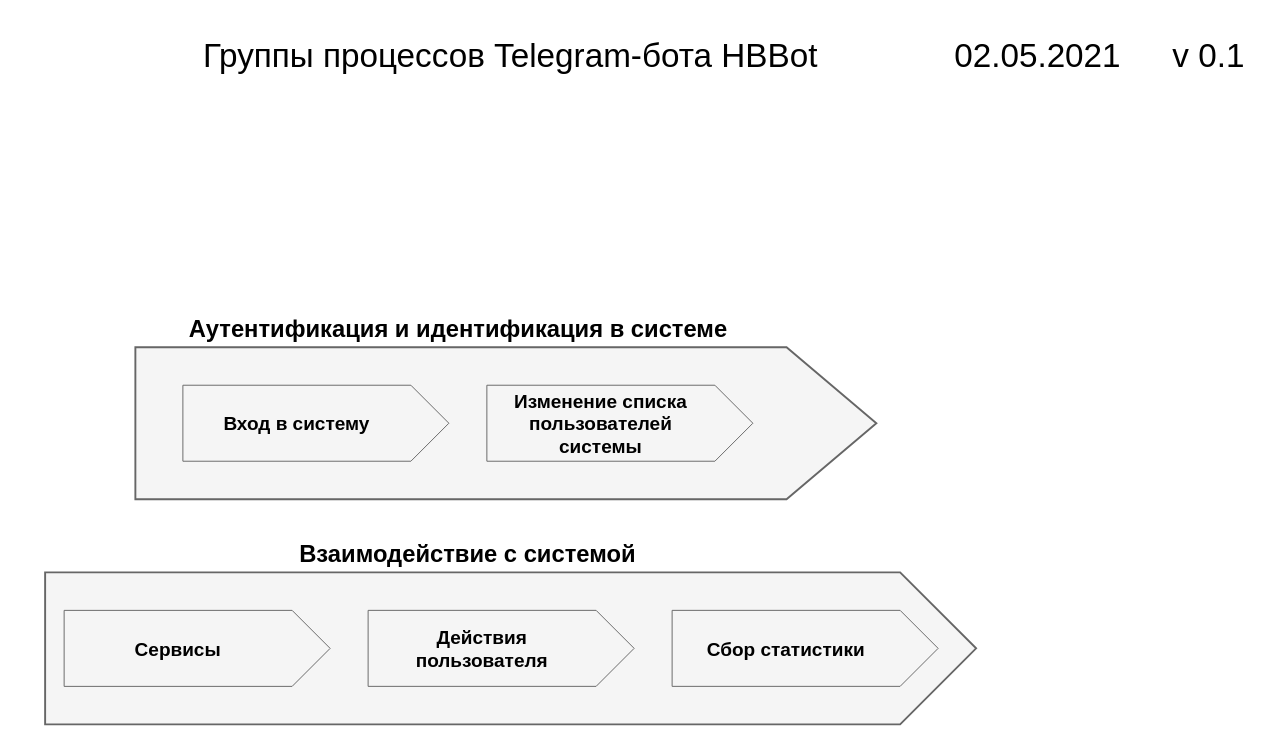
Above: page "0. Группы процессов (02.05.2021) v0.1" (1 of 7) of Проектирование/HBBot.drawio in EngSillyname/emsn_HBbot (draw.io), before the change. Source tidied: cells renumbered, new cells numbered last; positions are measured from the earlier drawing's top-left corner, leaving out a move shared by most shapes. Both pictures are drawn from the tidied source at 95%, with x=0, y=0 at pixel (16, 16).
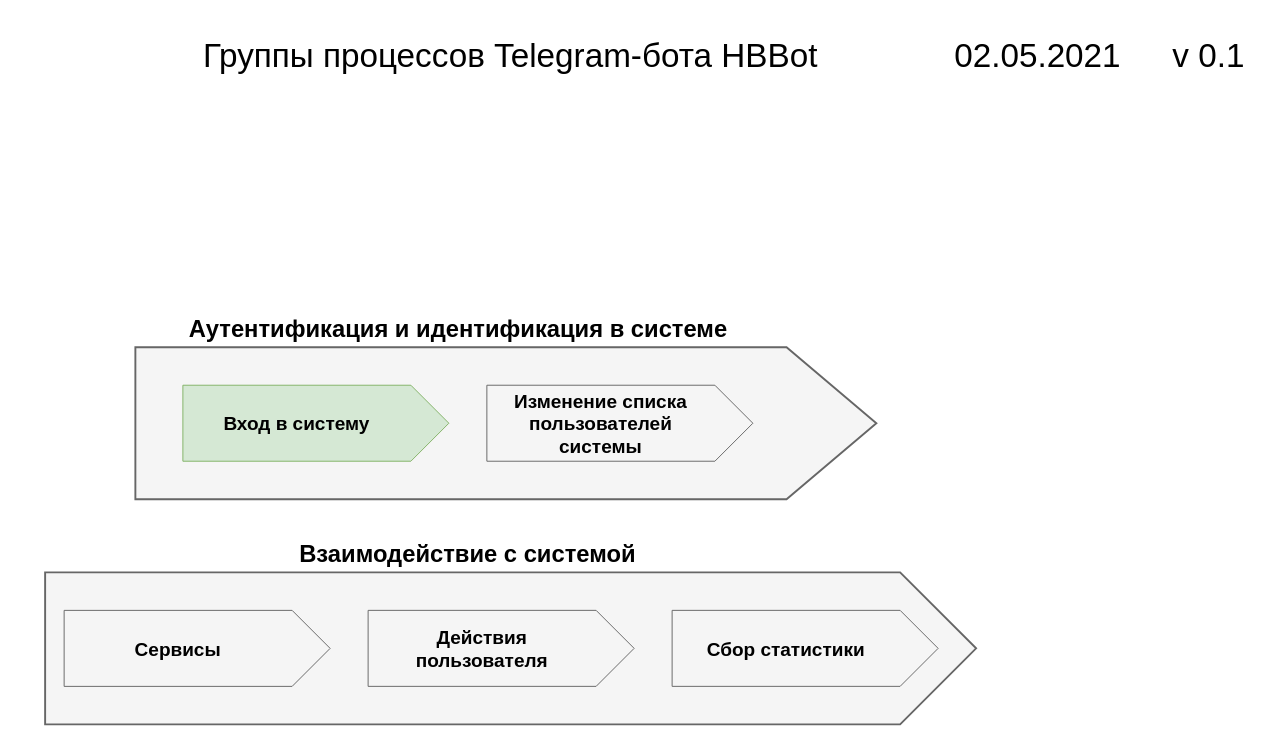
The same diagram, later.

The edit, as a diff of the source:
```diff
@@
 <mxGraphModel>
   <root>
     <mxCell id="0" />
     <mxCell id="1" parent="0" />
     <mxCell id="2" value="Группы процессов Telegram-бота HBBot" style="text;html=1;strokeColor=none;fillColor=none;align=center;verticalAlign=middle;whiteSpace=wrap;rounded=0;fontFamily=XO Thames;fontSize=35;" parent="1" vertex="1">
       <mxGeometry width="1040" height="80" as="geometry" />
     </mxCell>
     <mxCell id="3" style="shape=offPageConnector;whiteSpace=wrap;html=1;fontSize=20;direction=north;size=0.12121212121212122;fontFamily=XO Thames;fillColor=#f5f5f5;strokeColor=#666666;fontColor=#333333;strokeWidth=2;" parent="1" vertex="1">
       <mxGeometry x="125" y="348" width="780" height="160" as="geometry" />
     </mxCell>
     <mxCell id="4" style="shape=offPageConnector;whiteSpace=wrap;html=1;fontSize=20;direction=north;size=0.08163265306122448;fontFamily=XO Thames;verticalAlign=top;fontStyle=1;align=center;fillColor=#f5f5f5;strokeColor=#666666;fontColor=#333333;strokeWidth=2;" parent="1" vertex="1">
       <mxGeometry x="30" y="585" width="980" height="160" as="geometry" />
     </mxCell>
     <mxCell id="5" style="shape=offPageConnector;whiteSpace=wrap;html=1;fontSize=20;direction=north;size=0.14285714285714285;fontFamily=XO Thames;fillColor=#f5f5f5;strokeColor=#666666;fontColor=#333333;" parent="1" vertex="1">
       <mxGeometry x="50" y="625" width="280" height="80" as="geometry" />
     </mxCell>
     <mxCell id="6" style="shape=offPageConnector;whiteSpace=wrap;html=1;fontSize=20;direction=north;size=0.14285714285714285;fontFamily=XO Thames;fillColor=#f5f5f5;strokeColor=#666666;fontColor=#333333;" parent="1" vertex="1">
       <mxGeometry x="370" y="625" width="280" height="80" as="geometry" />
     </mxCell>
     <mxCell id="7" style="shape=offPageConnector;whiteSpace=wrap;html=1;fontSize=20;direction=north;size=0.14285714285714285;fontFamily=XO Thames;fillColor=#f5f5f5;strokeColor=#666666;fontColor=#333333;" parent="1" vertex="1">
       <mxGeometry x="690" y="625" width="280" height="80" as="geometry" />
     </mxCell>
     <mxCell id="8" value="Взаимодействие с системой" style="text;html=1;strokeColor=none;fillColor=none;align=center;verticalAlign=middle;whiteSpace=wrap;rounded=0;fontFamily=XO Thames;fontSize=25;fontStyle=1;" parent="1" vertex="1">
       <mxGeometry x="30" y="545" width="890" height="40" as="geometry" />
     </mxCell>
     <mxCell id="9" value="Сервисы" style="text;html=1;strokeColor=none;fillColor=none;align=center;verticalAlign=middle;whiteSpace=wrap;rounded=0;fontFamily=XO Thames;fontSize=20;fontStyle=1;" parent="1" vertex="1">
       <mxGeometry x="50" y="625" width="240" height="80" as="geometry" />
     </mxCell>
     <mxCell id="10" value="Действия пользователя" style="text;html=1;strokeColor=none;fillColor=none;align=center;verticalAlign=middle;whiteSpace=wrap;rounded=0;fontFamily=XO Thames;fontSize=20;fontStyle=1;" parent="1" vertex="1">
       <mxGeometry x="370" y="625" width="240" height="80" as="geometry" />
     </mxCell>
     <mxCell id="11" value="Сбор статистики" style="text;html=1;strokeColor=none;fillColor=none;align=center;verticalAlign=middle;whiteSpace=wrap;rounded=0;fontFamily=XO Thames;fontSize=20;fontStyle=1;" parent="1" vertex="1">
       <mxGeometry x="690" y="625" width="240" height="80" as="geometry" />
     </mxCell>
     <mxCell id="12" value="Аутентификация и идентификация в системе" style="text;html=1;strokeColor=none;fillColor=none;align=center;verticalAlign=middle;whiteSpace=wrap;rounded=0;fontFamily=XO Thames;fontSize=25;fontStyle=1;" parent="1" vertex="1">
       <mxGeometry x="125" y="308" width="680" height="40" as="geometry" />
     </mxCell>
     <mxCell id="13" style="shape=offPageConnector;whiteSpace=wrap;html=1;fontSize=20;direction=north;size=0.14285714285714285;fontFamily=XO Thames;fillColor=#f5f5f5;strokeColor=#666666;fontColor=#333333;" parent="1" vertex="1">
       <mxGeometry x="495" y="388" width="280" height="80" as="geometry" />
     </mxCell>
     <mxCell id="14" value="Изменение списка пользователей системы" style="text;html=1;strokeColor=none;fillColor=none;align=center;verticalAlign=middle;whiteSpace=wrap;rounded=0;fontFamily=XO Thames;fontSize=20;fontStyle=1;" parent="1" vertex="1">
       <mxGeometry x="495" y="388" width="240" height="80" as="geometry" />
     </mxCell>
-    <mxCell id="15" style="shape=offPageConnector;whiteSpace=wrap;html=1;fontSize=20;direction=north;size=0.14285714285714285;fontFamily=XO Thames;fillColor=#f5f5f5;strokeColor=#666666;fontColor=#333333;" parent="1" vertex="1">
+    <mxCell id="15" style="shape=offPageConnector;whiteSpace=wrap;html=1;fontSize=20;direction=north;size=0.14285714285714285;fontFamily=XO Thames;fillColor=#d5e8d4;strokeColor=#82b366;" parent="1" vertex="1">
       <mxGeometry x="175" y="388" width="280" height="80" as="geometry" />
     </mxCell>
     <mxCell id="16" value="Вход в систему" style="text;html=1;strokeColor=none;fillColor=none;align=center;verticalAlign=middle;whiteSpace=wrap;rounded=0;fontFamily=XO Thames;fontSize=20;fontStyle=1;" parent="1" vertex="1">
       <mxGeometry x="175" y="388" width="240" height="80" as="geometry" />
     </mxCell>
     <mxCell id="17" value="v 0.1" style="text;html=1;strokeColor=none;fillColor=none;align=center;verticalAlign=middle;whiteSpace=wrap;rounded=0;fontFamily=XO Thames;fontSize=35;" parent="1" vertex="1">
       <mxGeometry x="1215" width="80" height="80" as="geometry" />
     </mxCell>
     <mxCell id="18" value="02.05.2021" style="text;html=1;strokeColor=none;fillColor=none;align=center;verticalAlign=middle;whiteSpace=wrap;rounded=0;fontFamily=XO Thames;fontSize=35;" parent="1" vertex="1">
       <mxGeometry x="975" width="200" height="80" as="geometry" />
     </mxCell>
   </root>
 </mxGraphModel>
```
